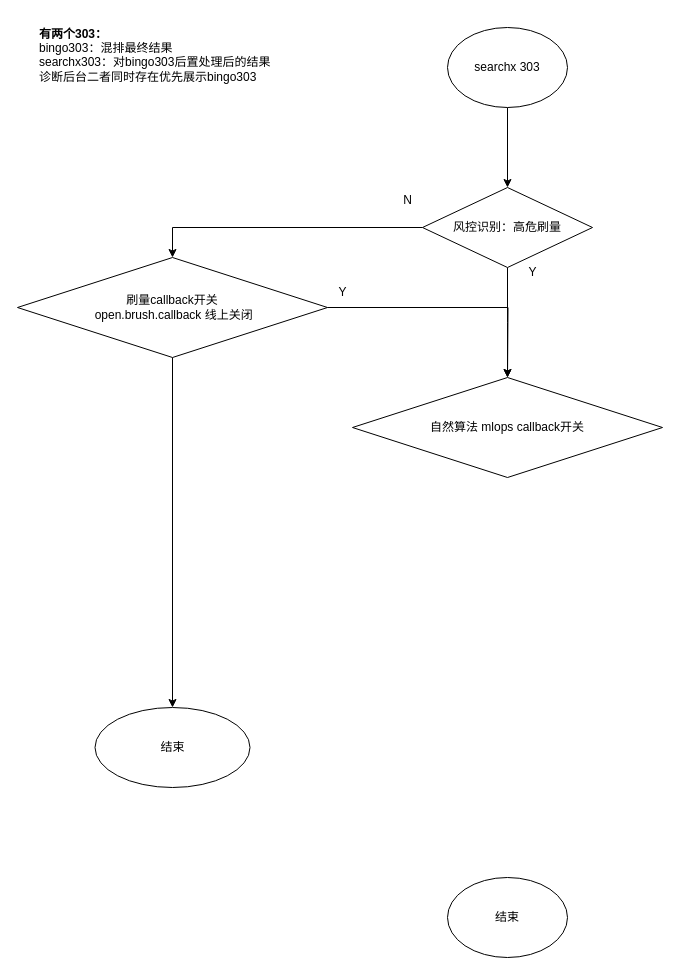
Above: 搜索callback.drawio in ETHAN0430/draw.io.repo (draw.io), before the change. Source tidied: cells renumbered, new cells numbered last; positions are measured from the earlier drawing's top-left corner, leaving out a move shared by most shapes. Both pictures are drawn from the tidied source at 100%, with x=0, y=0 at pixel (17, 17).
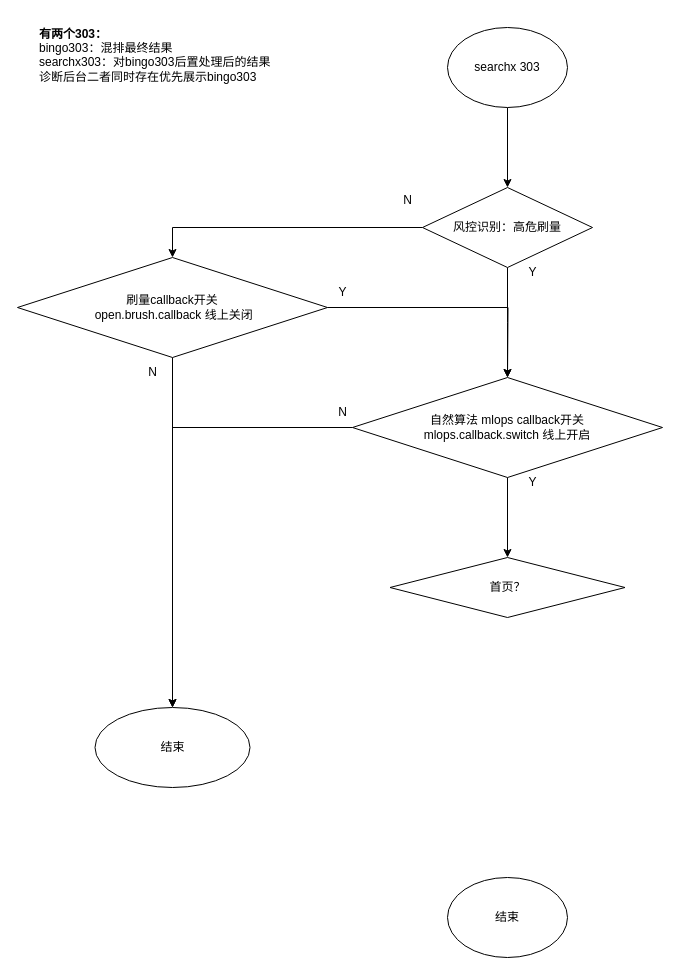
Above is the later version.

The change refers to these unchanged cells:
```xml
<mxCell id="15" value="结束" style="ellipse;whiteSpace=wrap;html=1;" parent="1" vertex="1">
  <mxGeometry x="77.5" y="690" width="155" height="80" as="geometry" />
</mxCell>
```

Diff of the diagram source:
```diff
@@
+    <mxCell id="17" style="edgeStyle=orthogonalEdgeStyle;rounded=0;jettySize=auto;html=1;entryX=0.5;entryY=0;entryDx=0;entryDy=0;" parent="1" edge="1" source="16" target="15">
+      <mxGeometry relative="1" as="geometry" />
+    </mxCell>
+    <mxCell id="18" style="edgeStyle=orthogonalEdgeStyle;rounded=0;jettySize=auto;html=1;" parent="1" edge="1" source="16" target="22">
+      <mxGeometry relative="1" as="geometry" />
+    </mxCell>
-    <mxCell id="16" value="自然算法 mlops callback开关" style="rhombus;whiteSpace=wrap;html=1;" parent="1" vertex="1">
+    <mxCell id="16" value="自然算法 mlops callback开关&lt;div&gt;mlops.callback.switch 线上开启&lt;br&gt;&lt;/div&gt;" style="rhombus;whiteSpace=wrap;html=1;" parent="1" vertex="1">
       <mxGeometry x="335" y="360" width="310" height="100" as="geometry" />
     </mxCell>
+    <mxCell id="19" value="N" style="text;html=1;align=center;verticalAlign=middle;strokeColor=none;fillColor=none;" parent="1" vertex="1">
+      <mxGeometry x="120" y="340" width="30" height="30" as="geometry" />
+    </mxCell>
+    <mxCell id="20" value="N" style="text;html=1;align=center;verticalAlign=middle;strokeColor=none;fillColor=none;" parent="1" vertex="1">
+      <mxGeometry x="310" y="380" width="30" height="30" as="geometry" />
+    </mxCell>
+    <mxCell id="21" value="Y" style="text;html=1;align=center;verticalAlign=middle;strokeColor=none;fillColor=none;" parent="1" vertex="1">
+      <mxGeometry x="500" y="450" width="30" height="30" as="geometry" />
+    </mxCell>
+    <mxCell id="22" value="首页？" style="rhombus;whiteSpace=wrap;html=1;" parent="1" vertex="1">
+      <mxGeometry x="372.5" y="540" width="235" height="60" as="geometry" />
+    </mxCell>
```
